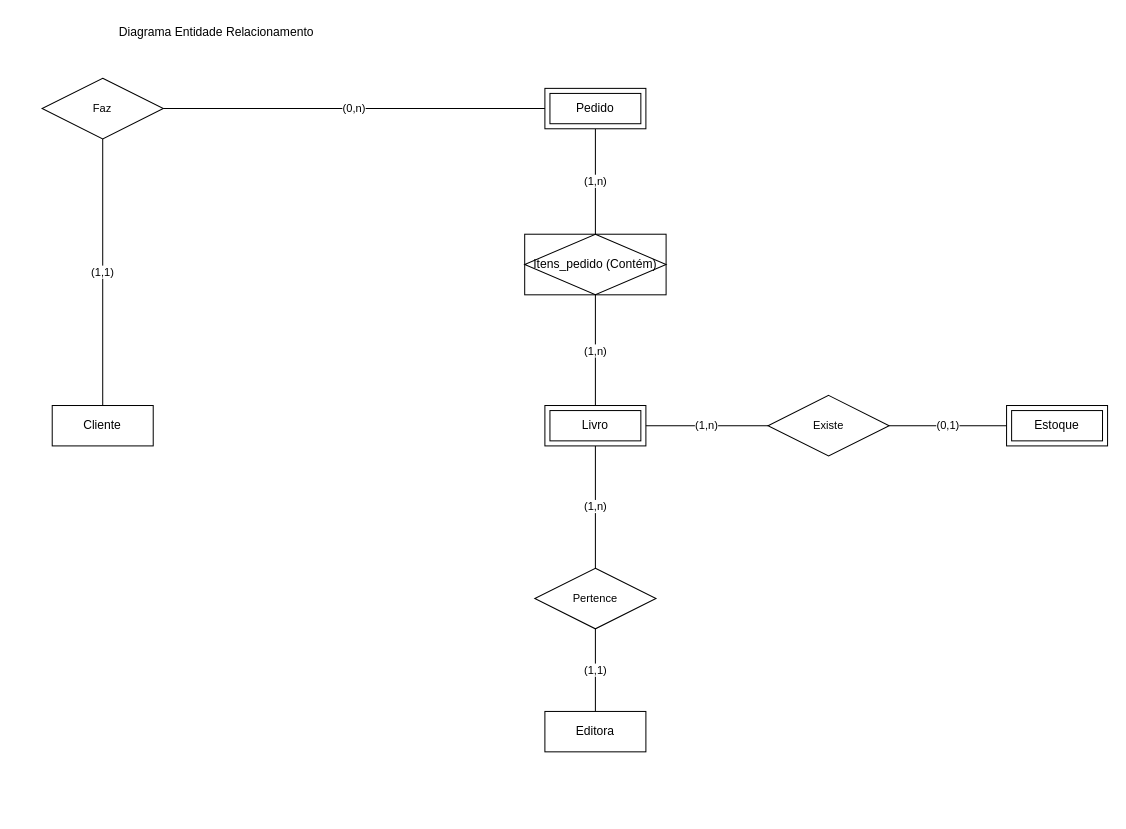
Before: page "Page-1" (1 of 2) of Ativos de produção.drawio in danielpiupiu/Projetos, a draw.io diagram. Source tidied: cells renumbered, new cells numbered last; positions are measured from the earlier drawing's top-left corner, leaving out a move shared by most shapes. Both pictures are drawn from the tidied source at 101%, with x=0, y=0 at pixel (28, 17).
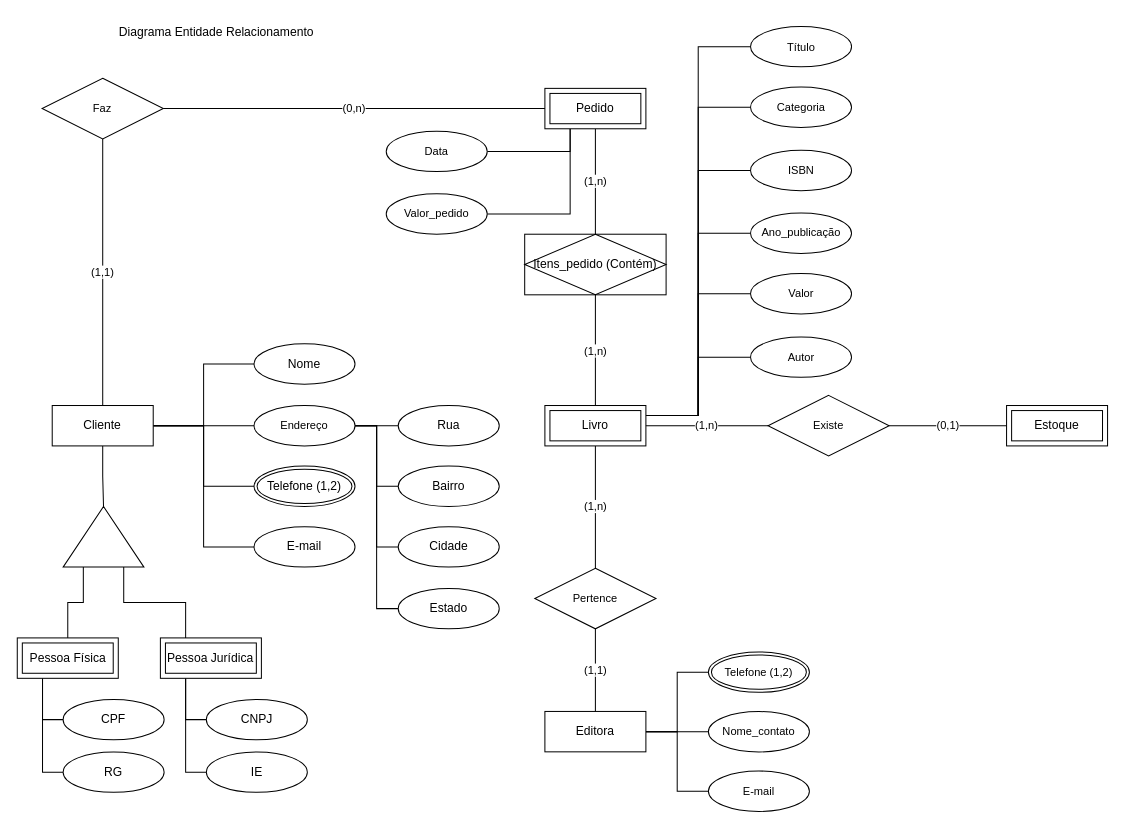
After the change.

The change refers to these unchanged cells:
```xml
<mxCell id="3" value="Cliente" style="whiteSpace=wrap;html=1;align=center;" parent="1" vertex="1">
  <mxGeometry x="23.2" y="384" width="100" height="40" as="geometry" />
</mxCell>
<mxCell id="4" value="Editora" style="whiteSpace=wrap;html=1;align=center;" parent="1" vertex="1">
  <mxGeometry x="511" y="686.9" width="100" height="40" as="geometry" />
</mxCell>
<mxCell id="5" value="Livro" style="shape=ext;margin=3;double=1;whiteSpace=wrap;html=1;align=center;" parent="1" vertex="1">
  <mxGeometry x="511" y="384" width="100" height="40" as="geometry" />
</mxCell>
<mxCell id="7" value="Pedido" style="shape=ext;margin=3;double=1;whiteSpace=wrap;html=1;align=center;" parent="1" vertex="1">
  <mxGeometry x="511" y="70" width="100" height="40" as="geometry" />
</mxCell>
```

Change to the diagram source:
```diff
@@
+    <mxCell id="20" style="edgeStyle=orthogonalEdgeStyle;rounded=0;jettySize=auto;html=1;exitX=1;exitY=0.5;exitDx=0;exitDy=0;entryX=0;entryY=0.5;entryDx=0;entryDy=0;endArrow=none;endFill=0;" parent="1" edge="1" source="3" target="37">
+      <mxGeometry relative="1" as="geometry" />
+    </mxCell>
+    <mxCell id="21" style="edgeStyle=orthogonalEdgeStyle;rounded=0;jettySize=auto;html=1;exitX=1;exitY=0.5;exitDx=0;exitDy=0;entryX=0;entryY=0.5;entryDx=0;entryDy=0;strokeColor=default;align=center;verticalAlign=middle;fontFamily=Helvetica;fontSize=11;fontColor=default;labelBackgroundColor=default;endArrow=none;endFill=0;" parent="1" edge="1" source="3" target="43">
+      <mxGeometry relative="1" as="geometry" />
+    </mxCell>
+    <mxCell id="22" style="edgeStyle=orthogonalEdgeStyle;rounded=0;jettySize=auto;html=1;exitX=1;exitY=0.5;exitDx=0;exitDy=0;entryX=0;entryY=0.5;entryDx=0;entryDy=0;strokeColor=default;align=center;verticalAlign=middle;fontFamily=Helvetica;fontSize=11;fontColor=default;labelBackgroundColor=default;endArrow=none;endFill=0;" parent="1" edge="1" source="3" target="42">
+      <mxGeometry relative="1" as="geometry" />
+    </mxCell>
+    <mxCell id="23" style="edgeStyle=orthogonalEdgeStyle;rounded=0;jettySize=auto;html=1;exitX=1;exitY=0.5;exitDx=0;exitDy=0;entryX=0;entryY=0.5;entryDx=0;entryDy=0;strokeColor=default;align=center;verticalAlign=middle;fontFamily=Helvetica;fontSize=11;fontColor=default;labelBackgroundColor=default;endArrow=none;endFill=0;" parent="1" edge="1" source="3" target="58">
+      <mxGeometry relative="1" as="geometry" />
+    </mxCell>
+    <mxCell id="24" style="edgeStyle=orthogonalEdgeStyle;rounded=0;jettySize=auto;html=1;exitX=0;exitY=0.25;exitDx=0;exitDy=0;entryX=0.5;entryY=0;entryDx=0;entryDy=0;strokeColor=default;align=center;verticalAlign=middle;fontFamily=Helvetica;fontSize=11;fontColor=default;labelBackgroundColor=default;endArrow=none;endFill=0;" parent="1" edge="1" source="60" target="50">
+      <mxGeometry relative="1" as="geometry" />
+    </mxCell>
+    <mxCell id="25" style="edgeStyle=orthogonalEdgeStyle;rounded=0;jettySize=auto;html=1;exitX=0.5;exitY=1;exitDx=0;exitDy=0;entryX=1;entryY=0.5;entryDx=0;entryDy=0;strokeColor=default;align=center;verticalAlign=middle;fontFamily=Helvetica;fontSize=11;fontColor=default;labelBackgroundColor=default;endArrow=none;endFill=0;" parent="1" edge="1" source="3" target="60">
+      <mxGeometry relative="1" as="geometry" />
+    </mxCell>
@@
+    <mxCell id="26" style="edgeStyle=orthogonalEdgeStyle;rounded=0;jettySize=auto;html=1;exitX=1;exitY=0.5;exitDx=0;exitDy=0;entryX=0;entryY=0.5;entryDx=0;entryDy=0;strokeColor=default;align=center;verticalAlign=middle;fontFamily=Helvetica;fontSize=11;fontColor=default;labelBackgroundColor=default;endArrow=none;endFill=0;" parent="1" edge="1" source="4" target="69">
+      <mxGeometry relative="1" as="geometry" />
+    </mxCell>
+    <mxCell id="27" style="edgeStyle=orthogonalEdgeStyle;rounded=0;jettySize=auto;html=1;exitX=1;exitY=0.5;exitDx=0;exitDy=0;entryX=0;entryY=0.5;entryDx=0;entryDy=0;strokeColor=default;align=center;verticalAlign=middle;fontFamily=Helvetica;fontSize=11;fontColor=default;labelBackgroundColor=default;endArrow=none;endFill=0;" parent="1" edge="1" source="4" target="70">
+      <mxGeometry relative="1" as="geometry" />
+    </mxCell>
+    <mxCell id="28" style="edgeStyle=orthogonalEdgeStyle;rounded=0;jettySize=auto;html=1;exitX=1;exitY=0.5;exitDx=0;exitDy=0;entryX=0;entryY=0.5;entryDx=0;entryDy=0;strokeColor=default;align=center;verticalAlign=middle;fontFamily=Helvetica;fontSize=11;fontColor=default;labelBackgroundColor=default;endArrow=none;endFill=0;" parent="1" edge="1" source="4" target="71">
+      <mxGeometry relative="1" as="geometry" />
+    </mxCell>
@@
+    <mxCell id="29" style="edgeStyle=orthogonalEdgeStyle;rounded=0;jettySize=auto;html=1;exitX=1;exitY=0.25;exitDx=0;exitDy=0;entryX=0;entryY=0.5;entryDx=0;entryDy=0;strokeColor=default;align=center;verticalAlign=middle;fontFamily=Helvetica;fontSize=11;fontColor=default;labelBackgroundColor=default;endArrow=none;endFill=0;" parent="1" edge="1" source="5" target="66">
+      <mxGeometry relative="1" as="geometry" />
+    </mxCell>
+    <mxCell id="30" style="edgeStyle=orthogonalEdgeStyle;rounded=0;jettySize=auto;html=1;exitX=1;exitY=0.25;exitDx=0;exitDy=0;entryX=0;entryY=0.5;entryDx=0;entryDy=0;strokeColor=default;align=center;verticalAlign=middle;fontFamily=Helvetica;fontSize=11;fontColor=default;labelBackgroundColor=default;endArrow=none;endFill=0;" parent="1" edge="1" source="5" target="65">
+      <mxGeometry relative="1" as="geometry" />
+    </mxCell>
+    <mxCell id="31" style="edgeStyle=orthogonalEdgeStyle;rounded=0;jettySize=auto;html=1;exitX=1;exitY=0.25;exitDx=0;exitDy=0;entryX=0;entryY=0.5;entryDx=0;entryDy=0;strokeColor=default;align=center;verticalAlign=middle;fontFamily=Helvetica;fontSize=11;fontColor=default;labelBackgroundColor=default;endArrow=none;endFill=0;" parent="1" edge="1" source="5" target="63">
+      <mxGeometry relative="1" as="geometry" />
+    </mxCell>
+    <mxCell id="32" style="edgeStyle=orthogonalEdgeStyle;rounded=0;jettySize=auto;html=1;exitX=1;exitY=0.25;exitDx=0;exitDy=0;entryX=0;entryY=0.5;entryDx=0;entryDy=0;strokeColor=default;align=center;verticalAlign=middle;fontFamily=Helvetica;fontSize=11;fontColor=default;labelBackgroundColor=default;endArrow=none;endFill=0;" parent="1" edge="1" source="5" target="68">
+      <mxGeometry relative="1" as="geometry" />
+    </mxCell>
+    <mxCell id="33" style="edgeStyle=orthogonalEdgeStyle;rounded=0;jettySize=auto;html=1;exitX=1;exitY=0.25;exitDx=0;exitDy=0;entryX=0;entryY=0.5;entryDx=0;entryDy=0;strokeColor=default;align=center;verticalAlign=middle;fontFamily=Helvetica;fontSize=11;fontColor=default;labelBackgroundColor=default;endArrow=none;endFill=0;" parent="1" edge="1" source="5" target="67">
+      <mxGeometry relative="1" as="geometry" />
+    </mxCell>
+    <mxCell id="34" style="edgeStyle=orthogonalEdgeStyle;rounded=0;jettySize=auto;html=1;exitX=1;exitY=0.25;exitDx=0;exitDy=0;entryX=0;entryY=0.5;entryDx=0;entryDy=0;strokeColor=default;align=center;verticalAlign=middle;fontFamily=Helvetica;fontSize=11;fontColor=default;labelBackgroundColor=default;endArrow=none;endFill=0;" parent="1" edge="1" source="5" target="64">
+      <mxGeometry relative="1" as="geometry" />
+    </mxCell>
@@
+    <mxCell id="35" style="edgeStyle=orthogonalEdgeStyle;rounded=0;jettySize=auto;html=1;exitX=0.25;exitY=1;exitDx=0;exitDy=0;entryX=1;entryY=0.5;entryDx=0;entryDy=0;strokeColor=default;align=center;verticalAlign=middle;fontFamily=Helvetica;fontSize=11;fontColor=default;labelBackgroundColor=default;endArrow=none;endFill=0;" parent="1" edge="1" source="7" target="61">
+      <mxGeometry relative="1" as="geometry" />
+    </mxCell>
+    <mxCell id="36" style="edgeStyle=orthogonalEdgeStyle;rounded=0;jettySize=auto;html=1;exitX=0.25;exitY=1;exitDx=0;exitDy=0;entryX=1;entryY=0.5;entryDx=0;entryDy=0;strokeColor=default;align=center;verticalAlign=middle;fontFamily=Helvetica;fontSize=11;fontColor=default;labelBackgroundColor=default;endArrow=none;endFill=0;" parent="1" edge="1" source="7" target="62">
+      <mxGeometry relative="1" as="geometry" />
+    </mxCell>
@@
+    <mxCell id="37" value="Nome" style="ellipse;whiteSpace=wrap;html=1;align=center;" parent="1" vertex="1">
+      <mxGeometry x="223" y="322.9" width="100" height="40" as="geometry" />
+    </mxCell>
+    <mxCell id="38" style="edgeStyle=orthogonalEdgeStyle;rounded=0;jettySize=auto;html=1;exitX=1;exitY=0.5;exitDx=0;exitDy=0;entryX=0;entryY=0.5;entryDx=0;entryDy=0;strokeColor=default;align=center;verticalAlign=middle;fontFamily=Helvetica;fontSize=11;fontColor=default;labelBackgroundColor=default;endArrow=none;endFill=0;" parent="1" edge="1" source="58" target="44">
+      <mxGeometry relative="1" as="geometry" />
+    </mxCell>
+    <mxCell id="39" style="edgeStyle=orthogonalEdgeStyle;rounded=0;jettySize=auto;html=1;exitX=1;exitY=0.5;exitDx=0;exitDy=0;entryX=0;entryY=0.5;entryDx=0;entryDy=0;strokeColor=default;align=center;verticalAlign=middle;fontFamily=Helvetica;fontSize=11;fontColor=default;labelBackgroundColor=default;endArrow=none;endFill=0;" parent="1" edge="1" source="58" target="45">
+      <mxGeometry relative="1" as="geometry" />
+    </mxCell>
+    <mxCell id="40" style="edgeStyle=orthogonalEdgeStyle;rounded=0;jettySize=auto;html=1;exitX=1;exitY=0.5;exitDx=0;exitDy=0;entryX=0;entryY=0.5;entryDx=0;entryDy=0;strokeColor=default;align=center;verticalAlign=middle;fontFamily=Helvetica;fontSize=11;fontColor=default;labelBackgroundColor=default;endArrow=none;endFill=0;" parent="1" edge="1" source="58" target="46">
+      <mxGeometry relative="1" as="geometry" />
+    </mxCell>
+    <mxCell id="41" style="edgeStyle=orthogonalEdgeStyle;rounded=0;jettySize=auto;html=1;exitX=1;exitY=0.5;exitDx=0;exitDy=0;entryX=0;entryY=0.5;entryDx=0;entryDy=0;strokeColor=default;align=center;verticalAlign=middle;fontFamily=Helvetica;fontSize=11;fontColor=default;labelBackgroundColor=default;endArrow=none;endFill=0;" parent="1" edge="1" source="58" target="47">
+      <mxGeometry relative="1" as="geometry" />
+    </mxCell>
+    <mxCell id="42" value="E-mail" style="ellipse;whiteSpace=wrap;html=1;align=center;" parent="1" vertex="1">
+      <mxGeometry x="223" y="504" width="100" height="40" as="geometry" />
+    </mxCell>
+    <mxCell id="43" value="Telefone (1,2)" style="ellipse;shape=doubleEllipse;margin=3;whiteSpace=wrap;html=1;align=center;" parent="1" vertex="1">
+      <mxGeometry x="223" y="444" width="100" height="40" as="geometry" />
+    </mxCell>
+    <mxCell id="44" value="Rua" style="ellipse;whiteSpace=wrap;html=1;align=center;" parent="1" vertex="1">
+      <mxGeometry x="365.8" y="384" width="100" height="40" as="geometry" />
+    </mxCell>
+    <mxCell id="45" value="Bairro" style="ellipse;whiteSpace=wrap;html=1;align=center;" parent="1" vertex="1">
+      <mxGeometry x="365.8" y="444" width="100" height="40" as="geometry" />
+    </mxCell>
+    <mxCell id="46" value="Cidade" style="ellipse;whiteSpace=wrap;html=1;align=center;" parent="1" vertex="1">
+      <mxGeometry x="365.8" y="504" width="100" height="40" as="geometry" />
+    </mxCell>
+    <mxCell id="47" value="Estado" style="ellipse;whiteSpace=wrap;html=1;align=center;" parent="1" vertex="1">
+      <mxGeometry x="365.8" y="565.1" width="100" height="40" as="geometry" />
+    </mxCell>
+    <mxCell id="48" style="edgeStyle=orthogonalEdgeStyle;rounded=0;jettySize=auto;html=1;exitX=0.25;exitY=1;exitDx=0;exitDy=0;entryX=0;entryY=0.5;entryDx=0;entryDy=0;strokeColor=default;align=center;verticalAlign=middle;fontFamily=Helvetica;fontSize=11;fontColor=default;labelBackgroundColor=default;endArrow=none;endFill=0;" parent="1" edge="1" source="50" target="54">
+      <mxGeometry relative="1" as="geometry" />
+    </mxCell>
+    <mxCell id="49" style="edgeStyle=orthogonalEdgeStyle;rounded=0;jettySize=auto;html=1;exitX=0.25;exitY=1;exitDx=0;exitDy=0;entryX=0;entryY=0.5;entryDx=0;entryDy=0;strokeColor=default;align=center;verticalAlign=middle;fontFamily=Helvetica;fontSize=11;fontColor=default;labelBackgroundColor=default;endArrow=none;endFill=0;" parent="1" edge="1" source="50" target="55">
+      <mxGeometry relative="1" as="geometry" />
+    </mxCell>
+    <mxCell id="50" value="Pessoa Física" style="shape=ext;margin=3;double=1;whiteSpace=wrap;html=1;align=center;" parent="1" vertex="1">
+      <mxGeometry x="-11.4" y="614.1" width="100" height="40" as="geometry" />
+    </mxCell>
+    <mxCell id="51" style="edgeStyle=orthogonalEdgeStyle;rounded=0;jettySize=auto;html=1;exitX=0.25;exitY=1;exitDx=0;exitDy=0;entryX=0;entryY=0.5;entryDx=0;entryDy=0;strokeColor=default;align=center;verticalAlign=middle;fontFamily=Helvetica;fontSize=11;fontColor=default;labelBackgroundColor=default;endArrow=none;endFill=0;" parent="1" edge="1" source="53" target="56">
+      <mxGeometry relative="1" as="geometry" />
+    </mxCell>
+    <mxCell id="52" style="edgeStyle=orthogonalEdgeStyle;rounded=0;jettySize=auto;html=1;exitX=0.25;exitY=1;exitDx=0;exitDy=0;entryX=0;entryY=0.5;entryDx=0;entryDy=0;strokeColor=default;align=center;verticalAlign=middle;fontFamily=Helvetica;fontSize=11;fontColor=default;labelBackgroundColor=default;endArrow=none;endFill=0;" parent="1" edge="1" source="53" target="57">
+      <mxGeometry relative="1" as="geometry" />
+    </mxCell>
+    <mxCell id="53" value="Pessoa Jurídica" style="shape=ext;margin=3;double=1;whiteSpace=wrap;html=1;align=center;" parent="1" vertex="1">
+      <mxGeometry x="130.3" y="614.1" width="100" height="40" as="geometry" />
+    </mxCell>
+    <mxCell id="54" value="CPF" style="ellipse;whiteSpace=wrap;html=1;align=center;" parent="1" vertex="1">
+      <mxGeometry x="34" y="675" width="100" height="40" as="geometry" />
+    </mxCell>
+    <mxCell id="55" value="RG" style="ellipse;whiteSpace=wrap;html=1;align=center;" parent="1" vertex="1">
+      <mxGeometry x="34" y="727" width="100" height="40" as="geometry" />
+    </mxCell>
+    <mxCell id="56" value="CNPJ" style="ellipse;whiteSpace=wrap;html=1;align=center;" parent="1" vertex="1">
+      <mxGeometry x="175.8" y="675" width="100" height="40" as="geometry" />
+    </mxCell>
+    <mxCell id="57" value="IE" style="ellipse;whiteSpace=wrap;html=1;align=center;" parent="1" vertex="1">
+      <mxGeometry x="175.8" y="727" width="100" height="40" as="geometry" />
+    </mxCell>
+    <mxCell id="58" value="Endereço" style="ellipse;whiteSpace=wrap;html=1;align=center;fontFamily=Helvetica;fontSize=11;fontColor=default;labelBackgroundColor=default;" parent="1" vertex="1">
+      <mxGeometry x="223" y="384" width="100" height="40" as="geometry" />
+    </mxCell>
+    <mxCell id="59" style="edgeStyle=orthogonalEdgeStyle;rounded=0;jettySize=auto;html=1;exitX=0;exitY=0.75;exitDx=0;exitDy=0;entryX=0.25;entryY=0;entryDx=0;entryDy=0;strokeColor=default;align=center;verticalAlign=middle;fontFamily=Helvetica;fontSize=11;fontColor=default;labelBackgroundColor=default;endArrow=none;endFill=0;" parent="1" edge="1" source="60" target="53">
+      <mxGeometry relative="1" as="geometry" />
+    </mxCell>
+    <mxCell id="60" style="triangle;whiteSpace=wrap;html=1;fontFamily=Helvetica;fontSize=11;fontColor=default;labelBackgroundColor=default;rotation=-90;" parent="1" vertex="1">
+      <mxGeometry x="44" y="474" width="60" height="80" as="geometry" />
+    </mxCell>
+    <mxCell id="61" value="Data" style="ellipse;whiteSpace=wrap;html=1;align=center;fontFamily=Helvetica;fontSize=11;fontColor=default;labelBackgroundColor=default;" parent="1" vertex="1">
+      <mxGeometry x="353.9" y="112.4" width="100" height="40" as="geometry" />
+    </mxCell>
+    <mxCell id="62" value="Valor_pedido" style="ellipse;whiteSpace=wrap;html=1;align=center;fontFamily=Helvetica;fontSize=11;fontColor=default;labelBackgroundColor=default;" parent="1" vertex="1">
+      <mxGeometry x="353.9" y="174.4" width="100" height="40" as="geometry" />
+    </mxCell>
+    <mxCell id="63" value="Autor" style="ellipse;whiteSpace=wrap;html=1;align=center;fontFamily=Helvetica;fontSize=11;fontColor=default;labelBackgroundColor=default;" parent="1" vertex="1">
+      <mxGeometry x="714.6" y="316.1" width="100" height="40" as="geometry" />
+    </mxCell>
+    <mxCell id="64" value="ISBN" style="ellipse;whiteSpace=wrap;html=1;align=center;fontFamily=Helvetica;fontSize=11;fontColor=default;labelBackgroundColor=default;" parent="1" vertex="1">
+      <mxGeometry x="714.6" y="131.3" width="100" height="40" as="geometry" />
+    </mxCell>
+    <mxCell id="65" value="Valor" style="ellipse;whiteSpace=wrap;html=1;align=center;fontFamily=Helvetica;fontSize=11;fontColor=default;labelBackgroundColor=default;" parent="1" vertex="1">
+      <mxGeometry x="714.6" y="253.4" width="100" height="40" as="geometry" />
+    </mxCell>
+    <mxCell id="66" value="Ano_publicação" style="ellipse;whiteSpace=wrap;html=1;align=center;fontFamily=Helvetica;fontSize=11;fontColor=default;labelBackgroundColor=default;" parent="1" vertex="1">
+      <mxGeometry x="714.6" y="193.4" width="100" height="40" as="geometry" />
+    </mxCell>
+    <mxCell id="67" value="Categoria" style="ellipse;whiteSpace=wrap;html=1;align=center;fontFamily=Helvetica;fontSize=11;fontColor=default;labelBackgroundColor=default;" parent="1" vertex="1">
+      <mxGeometry x="714.6" y="68.7" width="100" height="40" as="geometry" />
+    </mxCell>
+    <mxCell id="68" value="Título" style="ellipse;whiteSpace=wrap;html=1;align=center;fontFamily=Helvetica;fontSize=11;fontColor=default;labelBackgroundColor=default;" parent="1" vertex="1">
+      <mxGeometry x="714.6" y="8.7" width="100" height="40" as="geometry" />
+    </mxCell>
+    <mxCell id="69" value="Telefone (1,2)" style="ellipse;shape=doubleEllipse;margin=3;whiteSpace=wrap;html=1;align=center;fontFamily=Helvetica;fontSize=11;fontColor=default;labelBackgroundColor=default;" parent="1" vertex="1">
+      <mxGeometry x="672.9" y="628" width="100" height="40" as="geometry" />
+    </mxCell>
+    <mxCell id="70" value="Nome_contato" style="ellipse;whiteSpace=wrap;html=1;align=center;fontFamily=Helvetica;fontSize=11;fontColor=default;labelBackgroundColor=default;" parent="1" vertex="1">
+      <mxGeometry x="672.9" y="687" width="100" height="40" as="geometry" />
+    </mxCell>
+    <mxCell id="71" value="E-mail" style="ellipse;whiteSpace=wrap;html=1;align=center;fontFamily=Helvetica;fontSize=11;fontColor=default;labelBackgroundColor=default;" parent="1" vertex="1">
+      <mxGeometry x="672.9" y="745.9" width="100" height="40" as="geometry" />
+    </mxCell>
```
